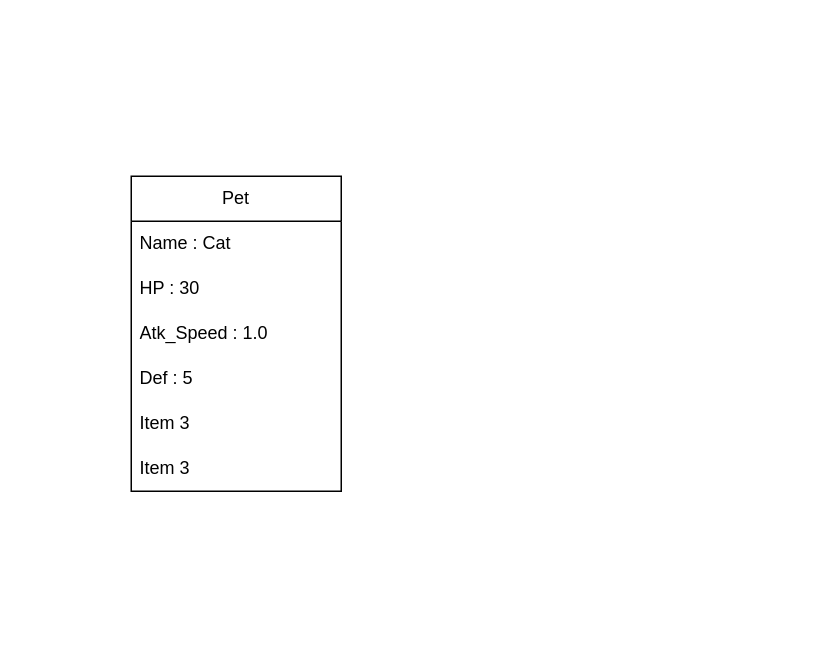
imlana21/top-down-game2 keeps this draw.io diagram as game_design/pet_system_design.drawio. Above is the earlier version. Source tidied: cells renumbered, new cells numbered last; positions are measured from the earlier drawing's top-left corner, leaving out a move shared by most shapes. Both pictures are drawn from the tidied source at 150%, with x=0, y=0 at pixel (130, 176).
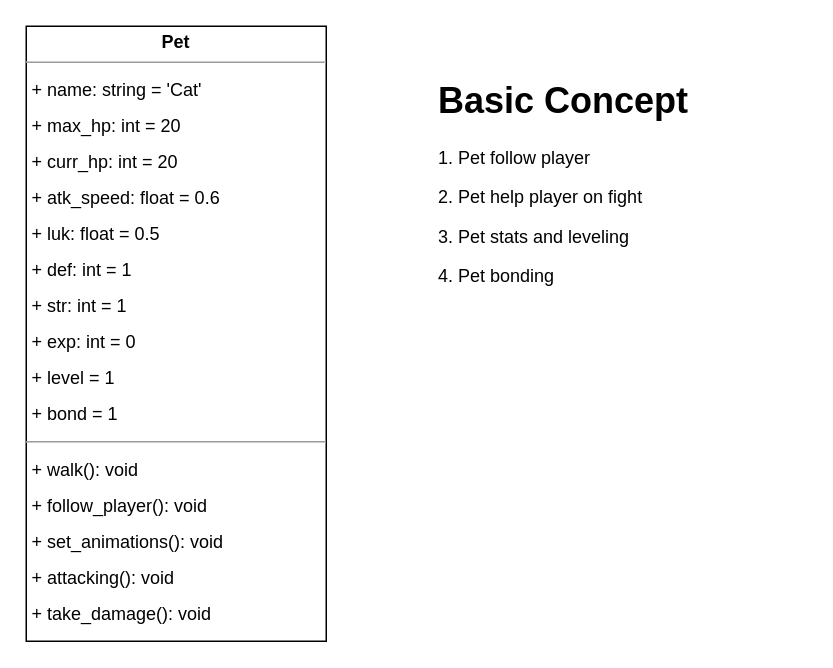
The same diagram, later.

Change to the diagram source:
```diff
@@
 <mxGraphModel>
   <root>
     <mxCell id="0" />
     <mxCell id="1" parent="0" />
-    <mxCell id="2" value="Pet" style="swimlane;fontStyle=0;horizontal=1;startSize=30;whiteSpace=wrap;html=1;" parent="1" vertex="1">
-      <mxGeometry width="140" height="210" as="geometry" />
-    </mxCell>
-    <mxCell id="3" value="Name : Cat" style="text;strokeColor=none;fillColor=none;align=left;verticalAlign=middle;spacingLeft=4;spacingRight=4;overflow=hidden;whiteSpace=wrap;html=1;" parent="2" vertex="1">
-      <mxGeometry y="30" width="140" height="30" as="geometry" />
-    </mxCell>
-    <mxCell id="4" value="HP : 30" style="text;strokeColor=none;fillColor=none;align=left;verticalAlign=middle;spacingLeft=4;spacingRight=4;overflow=hidden;whiteSpace=wrap;html=1;" parent="2" vertex="1">
-      <mxGeometry y="60" width="140" height="30" as="geometry" />
-    </mxCell>
-    <mxCell id="5" value="Atk_Speed : 1.0" style="text;strokeColor=none;fillColor=none;align=left;verticalAlign=middle;spacingLeft=4;spacingRight=4;overflow=hidden;whiteSpace=wrap;html=1;" parent="2" vertex="1">
-      <mxGeometry y="90" width="140" height="30" as="geometry" />
-    </mxCell>
-    <mxCell id="6" value="Def : 5" style="text;strokeColor=none;fillColor=none;align=left;verticalAlign=middle;spacingLeft=4;spacingRight=4;overflow=hidden;whiteSpace=wrap;html=1;" parent="2" vertex="1">
-      <mxGeometry y="120" width="140" height="30" as="geometry" />
-    </mxCell>
-    <mxCell id="7" value="Item 3" style="text;strokeColor=none;fillColor=none;align=left;verticalAlign=middle;spacingLeft=4;spacingRight=4;overflow=hidden;whiteSpace=wrap;html=1;" parent="2" vertex="1">
-      <mxGeometry y="150" width="140" height="30" as="geometry" />
-    </mxCell>
-    <mxCell id="8" value="Item 3" style="text;strokeColor=none;fillColor=none;align=left;verticalAlign=middle;spacingLeft=4;spacingRight=4;overflow=hidden;whiteSpace=wrap;html=1;" parent="2" vertex="1">
-      <mxGeometry y="180" width="140" height="30" as="geometry" />
-    </mxCell>
+    <mxCell id="9" value="&lt;p style=&quot;margin:0px;margin-top:4px;text-align:center;&quot;&gt;&lt;b&gt;Pet&lt;/b&gt;&lt;/p&gt;&lt;hr size=&quot;1&quot;&gt;&lt;p style=&quot;margin: 0px 0px 0px 4px; line-height: 200%;&quot;&gt;+ name: string = 'Cat'&lt;/p&gt;&lt;p style=&quot;margin: 0px 0px 0px 4px; line-height: 200%;&quot;&gt;+ max_hp: int = 20&lt;/p&gt;&lt;p style=&quot;margin: 0px 0px 0px 4px; line-height: 200%;&quot;&gt;+ curr_hp: int = 20&lt;/p&gt;&lt;p style=&quot;margin: 0px 0px 0px 4px; line-height: 200%;&quot;&gt;+ atk_speed: float = 0.6&lt;/p&gt;&lt;p style=&quot;margin: 0px 0px 0px 4px; line-height: 200%;&quot;&gt;+ luk: float = 0.5&lt;/p&gt;&lt;p style=&quot;margin: 0px 0px 0px 4px; line-height: 200%;&quot;&gt;+ def: int = 1&lt;/p&gt;&lt;p style=&quot;margin: 0px 0px 0px 4px; line-height: 200%;&quot;&gt;+ str: int = 1&lt;/p&gt;&lt;p style=&quot;margin: 0px 0px 0px 4px; line-height: 200%;&quot;&gt;+ exp: int = 0&lt;/p&gt;&lt;p style=&quot;margin: 0px 0px 0px 4px; line-height: 200%;&quot;&gt;+ level = 1&lt;/p&gt;&lt;p style=&quot;margin: 0px 0px 0px 4px; line-height: 200%;&quot;&gt;+ bond = 1&lt;/p&gt;&lt;hr style=&quot;line-height: 200%;&quot; size=&quot;1&quot;&gt;&lt;p style=&quot;margin: 0px 0px 0px 4px; line-height: 200%;&quot;&gt;+ walk(): void&lt;/p&gt;&lt;p style=&quot;margin: 0px 0px 0px 4px; line-height: 200%;&quot;&gt;+ follow_player(): void&lt;/p&gt;&lt;p style=&quot;margin: 0px 0px 0px 4px; line-height: 200%;&quot;&gt;+ set_animations(): void&lt;/p&gt;&lt;p style=&quot;margin: 0px 0px 0px 4px; line-height: 200%;&quot;&gt;+ attacking(): void&lt;/p&gt;&lt;p style=&quot;margin: 0px 0px 0px 4px; line-height: 200%;&quot;&gt;+ take_damage(): void&lt;/p&gt;" style="verticalAlign=top;align=left;overflow=fill;fontSize=12;fontFamily=Helvetica;html=1;" parent="1" vertex="1">
+      <mxGeometry x="-70" y="-100" width="200" height="410" as="geometry" />
+    </mxCell>
+    <mxCell id="10" value="&lt;h1&gt;Basic Concept&lt;/h1&gt;&lt;p&gt;1. Pet follow player&lt;/p&gt;&lt;p&gt;2. Pet help player on fight&lt;/p&gt;&lt;p&gt;3. Pet stats and leveling&lt;/p&gt;&lt;p&gt;4. Pet bonding&lt;/p&gt;" style="text;html=1;strokeColor=none;fillColor=none;spacing=5;spacingTop=-20;whiteSpace=wrap;overflow=hidden;rounded=0;" parent="1" vertex="1">
+      <mxGeometry x="200" y="-70" width="250" height="160" as="geometry" />
+    </mxCell>
   </root>
 </mxGraphModel>
```
